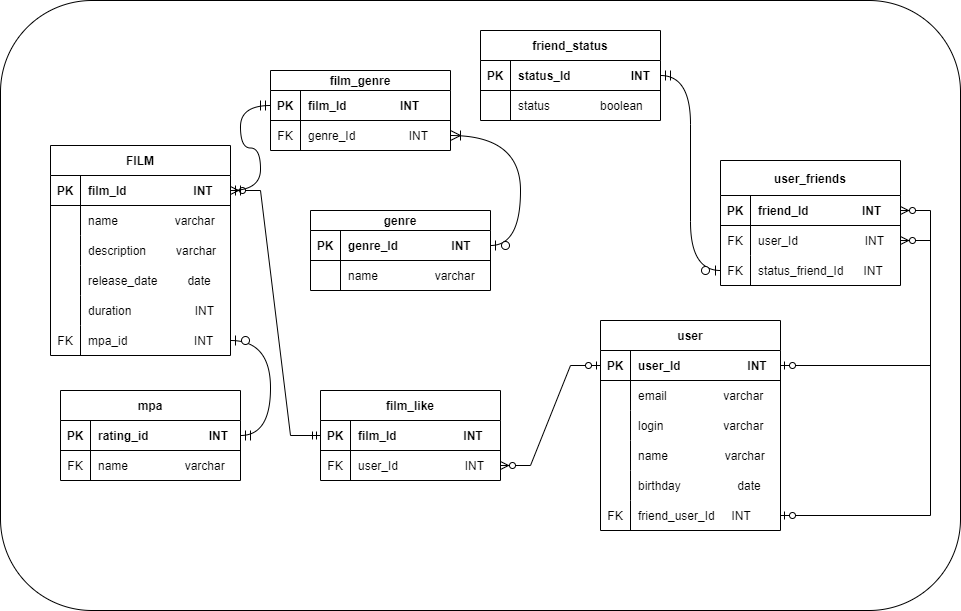
Before: src/main/resources/er_diagram.png, a diagram exported from draw.io (SinDju/java-filmorate). Source tidied: cells renumbered, new cells last; positions are measured from the earlier drawing's top-left corner, leaving out a move shared by most shapes.
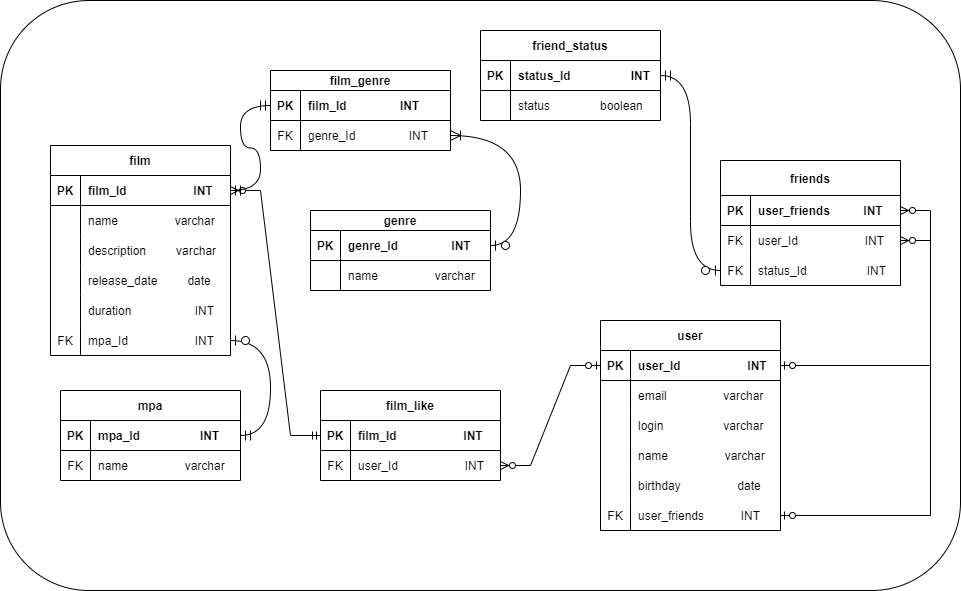
Later version of the same file.

Commit message:
fix: добавила ER diagram в README.md

Diff of the diagram source:
```diff
@@ -3,9 +3,9 @@
     <mxCell id="0" />
     <mxCell id="1" parent="0" />
     <mxCell id="2" style="rounded=1;whiteSpace=wrap;html=1;labelBackgroundColor=none;labelBorderColor=none;" parent="1" vertex="1">
-      <mxGeometry width="960" height="610" as="geometry" />
+      <mxGeometry width="960" height="590" as="geometry" />
     </mxCell>
-    <mxCell id="3" value="FILM" style="shape=table;startSize=30;rowLines=0;fontStyle=1;align=center;" parent="1" vertex="1">
+    <mxCell id="3" value="film" style="shape=table;startSize=30;rowLines=0;fontStyle=1;align=center;" parent="1" vertex="1">
       <mxGeometry x="50" y="145" width="180" height="210" as="geometry" />
     </mxCell>
     <mxCell id="4" style="shape=tableRow;horizontal=0;startSize=0;swimlaneHead=0;swimlaneBody=0;fillColor=none;points=[[0,0.5],[1,0.5]];portConstraint=eastwest;top=0;left=0;right=0;bottom=1;" parent="3" vertex="1">
@@ -59,7 +59,7 @@
     <mxCell id="20" value="FK" style="shape=partialRectangle;fillColor=none;top=0;left=0;bottom=0;right=0;overflow=hidden;" parent="19" vertex="1">
       <mxGeometry width="30" height="30" as="geometry" />
     </mxCell>
-    <mxCell id="21" value="mpa_id                    INT" style="shape=partialRectangle;fillColor=none;top=0;left=0;bottom=0;right=0;align=left;spacingLeft=6;overflow=hidden;" parent="19" vertex="1">
+    <mxCell id="21" value="mpa_Id                    INT" style="shape=partialRectangle;fillColor=none;top=0;left=0;bottom=0;right=0;align=left;spacingLeft=6;overflow=hidden;" parent="19" vertex="1">
       <mxGeometry x="30" width="150" height="30" as="geometry" />
     </mxCell>
     <mxCell id="22" value="user" style="shape=table;startSize=30;rowLines=0;fontStyle=1;align=center;" parent="1" vertex="1">
@@ -116,10 +116,10 @@
     <mxCell id="39" value="FK" style="shape=partialRectangle;fillColor=none;top=0;left=0;bottom=0;right=0;overflow=hidden;" parent="38" vertex="1">
       <mxGeometry width="30" height="30" as="geometry" />
     </mxCell>
-    <mxCell id="40" value="friend_user_Id     INT" style="shape=partialRectangle;fillColor=none;top=0;left=0;bottom=0;right=0;align=left;spacingLeft=6;overflow=hidden;" parent="38" vertex="1">
+    <mxCell id="40" value="user_friends           INT" style="shape=partialRectangle;fillColor=none;top=0;left=0;bottom=0;right=0;align=left;spacingLeft=6;overflow=hidden;" parent="38" vertex="1">
       <mxGeometry x="30" width="150" height="30" as="geometry" />
     </mxCell>
-    <mxCell id="41" value="user_friends" style="shape=table;startSize=35;rowLines=0;fontStyle=1;align=center;" parent="1" vertex="1">
+    <mxCell id="41" value="friends" style="shape=table;startSize=35;rowLines=0;fontStyle=1;align=center;" parent="1" vertex="1">
       <mxGeometry x="720" y="160" width="180" height="125" as="geometry" />
     </mxCell>
     <mxCell id="42" style="shape=tableRow;horizontal=0;startSize=0;swimlaneHead=0;swimlaneBody=0;fillColor=none;points=[[0,0.5],[1,0.5]];portConstraint=eastwest;top=0;left=0;right=0;bottom=1;" parent="41" vertex="1">
@@ -128,7 +128,7 @@
     <mxCell id="43" value="PK" style="shape=partialRectangle;fillColor=none;top=0;left=0;bottom=0;right=0;fontStyle=1;overflow=hidden;" parent="42" vertex="1">
       <mxGeometry width="30" height="30" as="geometry" />
     </mxCell>
-    <mxCell id="44" value="friend_Id                INT" style="shape=partialRectangle;fillColor=none;top=0;left=0;bottom=0;right=0;align=left;spacingLeft=6;fontStyle=1;overflow=hidden;" parent="42" vertex="1">
+    <mxCell id="44" value="user_friends          INT" style="shape=partialRectangle;fillColor=none;top=0;left=0;bottom=0;right=0;align=left;spacingLeft=6;fontStyle=1;overflow=hidden;" parent="42" vertex="1">
       <mxGeometry x="30" width="150" height="30" as="geometry" />
     </mxCell>
     <mxCell id="45" style="shape=tableRow;horizontal=0;startSize=0;swimlaneHead=0;swimlaneBody=0;fillColor=none;points=[[0,0.5],[1,0.5]];portConstraint=eastwest;top=0;left=0;right=0;bottom=0;" parent="41" vertex="1">
@@ -146,7 +146,7 @@
     <mxCell id="49" value="FK" style="shape=partialRectangle;fillColor=none;top=0;left=0;bottom=0;right=0;overflow=hidden;" parent="48" vertex="1">
       <mxGeometry width="30" height="30" as="geometry" />
     </mxCell>
-    <mxCell id="50" value="status_friend_Id      INT" style="shape=partialRectangle;fillColor=none;top=0;left=0;bottom=0;right=0;align=left;spacingLeft=6;overflow=hidden;" parent="48" vertex="1">
+    <mxCell id="50" value="status_Id                  INT" style="shape=partialRectangle;fillColor=none;top=0;left=0;bottom=0;right=0;align=left;spacingLeft=6;overflow=hidden;" parent="48" vertex="1">
       <mxGeometry x="30" width="150" height="30" as="geometry" />
     </mxCell>
     <mxCell id="51" value="friend_status" style="shape=table;startSize=30;rowLines=0;fontStyle=1;align=center;" parent="1" vertex="1">
@@ -233,7 +233,7 @@
     <mxCell id="78" value="PK" style="shape=partialRectangle;fillColor=none;top=0;left=0;bottom=0;right=0;fontStyle=1;overflow=hidden;" parent="77" vertex="1">
       <mxGeometry width="30" height="30" as="geometry" />
     </mxCell>
-    <mxCell id="79" value="rating_id                  INT" style="shape=partialRectangle;fillColor=none;top=0;left=0;bottom=0;right=0;align=left;spacingLeft=6;fontStyle=1;overflow=hidden;" parent="77" vertex="1">
+    <mxCell id="79" value="mpa_Id                  INT" style="shape=partialRectangle;fillColor=none;top=0;left=0;bottom=0;right=0;align=left;spacingLeft=6;fontStyle=1;overflow=hidden;" parent="77" vertex="1">
       <mxGeometry x="30" width="150" height="30" as="geometry" />
     </mxCell>
     <mxCell id="80" style="shape=tableRow;horizontal=0;startSize=0;swimlaneHead=0;swimlaneBody=0;fillColor=none;top=0;left=0;right=0;bottom=0;" parent="76" vertex="1">
```
